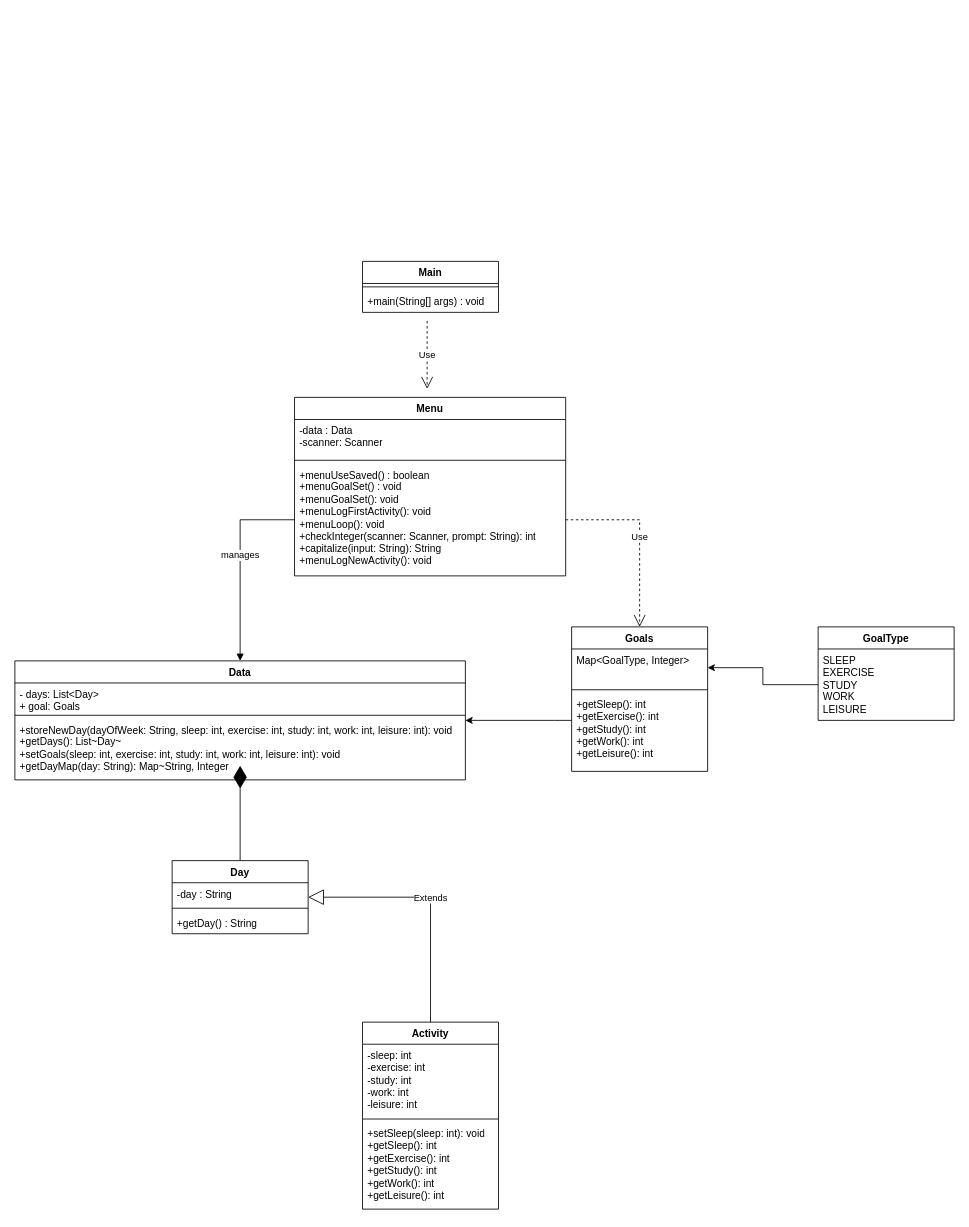
Before: GUI SKETCH + UML/UML_Diagram.drawio in amadeusk1/Habit-Tracker--CPSC-233-Final-Project, a draw.io diagram. Source tidied: cells renumbered, new cells numbered last; positions are measured from the earlier drawing's top-left corner, leaving out a move shared by most shapes. Both pictures are drawn from the tidied source at 85%, with x=0, y=0 at pixel (14, 261).
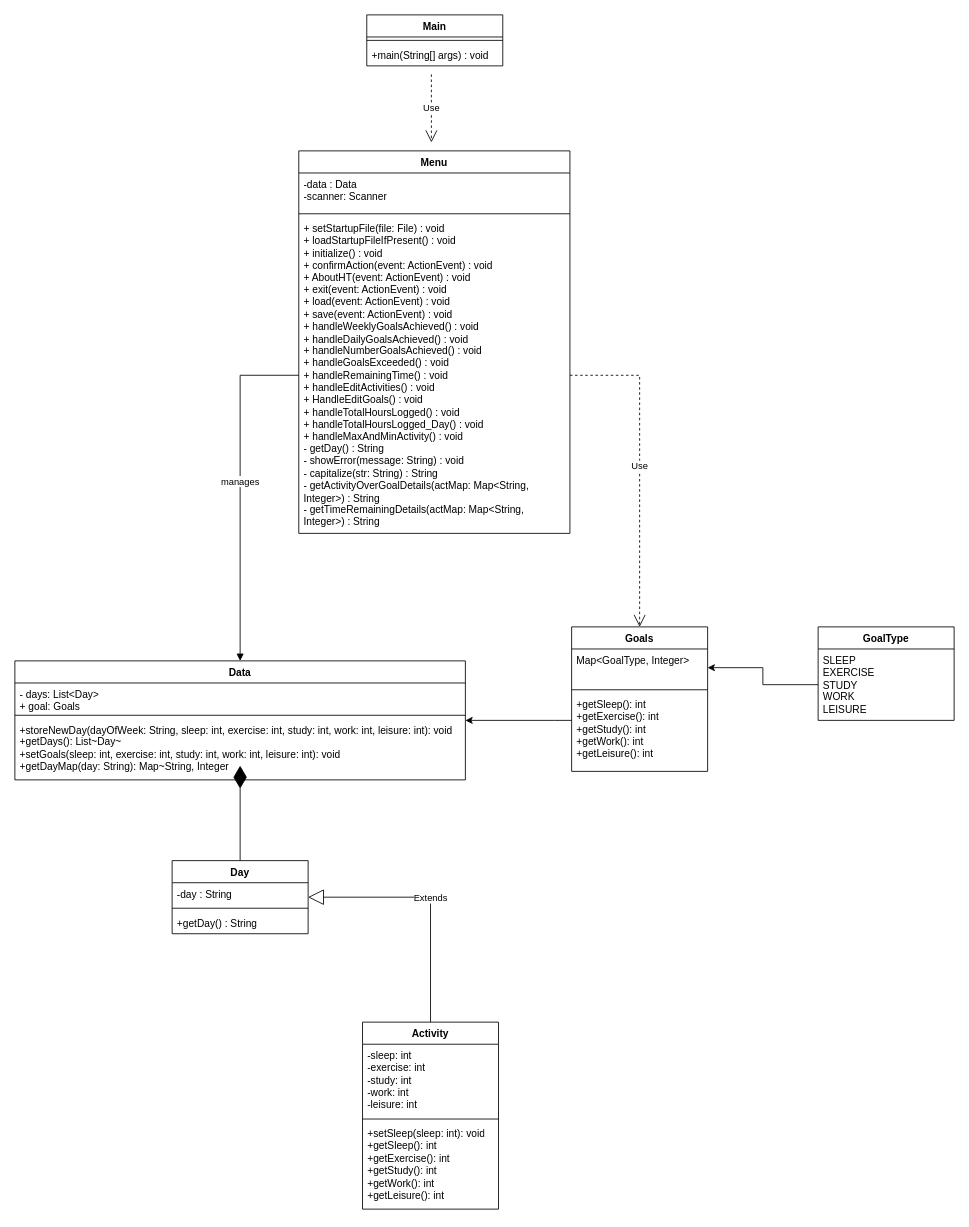
The same page after the edit.

The change refers to these unchanged cells:
```xml
<mxCell id="3" value="Goals" style="swimlane;fontStyle=1;align=center;verticalAlign=top;horizontal=1;startSize=26;whiteSpace=wrap;html=1;" parent="1" vertex="1">
  <mxGeometry x="655" y="430" width="160" height="170" as="geometry" />
</mxCell>
<mxCell id="15" value="Data" style="swimlane;fontStyle=1;align=center;verticalAlign=top;horizontal=1;startSize=26;whiteSpace=wrap;html=1;" parent="1" vertex="1">
  <mxGeometry y="470" width="530" height="140" as="geometry" />
</mxCell>
```

What changed in the source:
```diff
@@
     <mxCell id="7" value="Main" style="swimlane;fontStyle=1;align=center;verticalAlign=top;horizontal=1;startSize=26;whiteSpace=wrap;html=1;" parent="1" vertex="1">
-      <mxGeometry x="409" width="160" height="60" as="geometry" />
+      <mxGeometry x="414" y="-290" width="160" height="60" as="geometry" />
     </mxCell>
@@
     <mxCell id="10" value="Menu" style="swimlane;fontStyle=1;align=center;verticalAlign=top;horizontal=1;startSize=26;whiteSpace=wrap;html=1;" parent="1" vertex="1">
-      <mxGeometry x="329" y="160" width="319" height="210" as="geometry" />
+      <mxGeometry x="334" y="-130" width="319" height="450" as="geometry" />
     </mxCell>
@@
-    <mxCell id="13" value="+menuUseSaved() : boolean&lt;br&gt;&lt;span style=&quot;box-sizing: border-box; border-width: 0px; border-style: solid; border-color: hsl(var(--border-100)); border-image: initial; --tw-border-spacing-x: 0; --tw-border-spacing-y: 0; --tw-translate-x: 0; --tw-translate-y: 0; --tw-rotate: 0; --tw-skew-x: 0; --tw-skew-y: 0; --tw-scale-x: 1; --tw-scale-y: 1; --tw-pan-x: ; --tw-pan-y: ; --tw-pinch-zoom: ; --tw-scroll-snap-strictness: proximity; --tw-gradient-from-position: ; --tw-gradient-via-position: ; --tw-gradient-to-position: ; --tw-ordinal: ; --tw-slashed-zero: ; --tw-numeric-figure: ; --tw-numeric-spacing: ; --tw-numeric-fraction: ; --tw-ring-inset: ; --tw-ring-offset-width: 0px; --tw-ring-offset-color: #fff; --tw-ring-color: hsl(var(--accent-secondary-100)/1); --tw-ring-offset-shadow: 0 0 #0000; --tw-ring-shadow: 0 0 #0000; --tw-shadow: 0 0 #0000; --tw-shadow-colored: 0 0 #0000; --tw-blur: ; --tw-brightness: ; --tw-contrast: ; --tw-grayscale: ; --tw-hue-rotate: ; --tw-invert: ; --tw-saturate: ; --tw-sepia: ; --tw-drop-shadow: ; --tw-backdrop-blur: ; --tw-backdrop-brightness: ; --tw-backdrop-contrast: ; --tw-backdrop-grayscale: ; --tw-backdrop-hue-rotate: ; --tw-backdrop-invert: ; --tw-backdrop-opacity: ; --tw-backdrop-saturate: ; --tw-backdrop-sepia: ; --tw-contain-size: ; --tw-contain-layout: ; --tw-contain-paint: ; --tw-contain-style: ; outline-color: hsl(var(--accent-main-100)); scrollbar-color: hsl(var(--border-300)/.8) transparent;&quot; class=&quot;&quot;&gt;+menuGoalSet() : void&lt;br&gt;&lt;/span&gt;+menuGoalSet(): void&lt;br&gt;&lt;span style=&quot;background-color: initial;&quot;&gt;+menuLogFirstActivity(): void&lt;br&gt;&lt;/span&gt;&lt;span style=&quot;background-color: initial;&quot;&gt;+menuLoop(): void&lt;br&gt;&lt;/span&gt;&lt;span style=&quot;background-color: initial;&quot;&gt;+checkInteger(scanner: Scanner, prompt: String): int&lt;br&gt;&lt;/span&gt;&lt;span style=&quot;background-color: initial;&quot;&gt;+capitalize(input: String): String&lt;br&gt;&lt;/span&gt;&lt;span style=&quot;background-color: initial;&quot;&gt;+menuLogNewActivity(): void&lt;/span&gt;&lt;span style=&quot;background-color: initial;&quot;&gt;&lt;br&gt;&lt;/span&gt;" style="text;strokeColor=none;fillColor=none;align=left;verticalAlign=top;spacingLeft=4;spacingRight=4;overflow=hidden;points=[[0,0.5],[1,0.5]];portConstraint=eastwest;whiteSpace=wrap;html=1;" parent="10" vertex="1">
-      <mxGeometry y="78" width="319" height="132" as="geometry" />
+    <mxCell id="13" value="&lt;div style=&quot;border-color: var(--border-color);&quot;&gt;+ setStartupFile(file: File) : void&lt;/div&gt;&lt;div style=&quot;border-color: var(--border-color);&quot;&gt;+ loadStartupFileIfPresent() : void&lt;/div&gt;&lt;div style=&quot;border-color: var(--border-color);&quot;&gt;+ initialize() : void&lt;/div&gt;&lt;div style=&quot;border-color: var(--border-color);&quot;&gt;+ confirmAction(event: ActionEvent) : void&lt;/div&gt;&lt;div style=&quot;border-color: var(--border-color);&quot;&gt;+ AboutHT(event: ActionEvent) : void&lt;/div&gt;&lt;div style=&quot;border-color: var(--border-color);&quot;&gt;+ exit(event: ActionEvent) : void&lt;/div&gt;&lt;div style=&quot;border-color: var(--border-color);&quot;&gt;+ load(event: ActionEvent) : void&lt;/div&gt;&lt;div style=&quot;border-color: var(--border-color);&quot;&gt;+ save(event: ActionEvent) : void&lt;/div&gt;&lt;div style=&quot;border-color: var(--border-color);&quot;&gt;+ handleWeeklyGoalsAchieved() : void&lt;/div&gt;&lt;div style=&quot;border-color: var(--border-color);&quot;&gt;+ handleDailyGoalsAchieved() : void&lt;/div&gt;&lt;div style=&quot;border-color: var(--border-color);&quot;&gt;+ handleNumberGoalsAchieved() : void&lt;/div&gt;&lt;div style=&quot;border-color: var(--border-color);&quot;&gt;+ handleGoalsExceeded() : void&lt;/div&gt;&lt;div style=&quot;border-color: var(--border-color);&quot;&gt;+ handleRemainingTime() : void&lt;/div&gt;&lt;div style=&quot;border-color: var(--border-color);&quot;&gt;+ handleEditActivities() : void&lt;/div&gt;&lt;div style=&quot;border-color: var(--border-color);&quot;&gt;+ HandleEditGoals() : void&lt;/div&gt;&lt;div style=&quot;border-color: var(--border-color);&quot;&gt;+ handleTotalHoursLogged() : void&lt;/div&gt;&lt;div style=&quot;border-color: var(--border-color);&quot;&gt;+ handleTotalHoursLogged_Day() : void&lt;/div&gt;&lt;div style=&quot;border-color: var(--border-color);&quot;&gt;+ handleMaxAndMinActivity() : void&lt;/div&gt;&lt;div style=&quot;border-color: var(--border-color);&quot;&gt;&lt;div style=&quot;border-color: var(--border-color);&quot;&gt;- getDay() : String&lt;/div&gt;&lt;div style=&quot;border-color: var(--border-color);&quot;&gt;- showError(message: String) : void&lt;/div&gt;&lt;div style=&quot;border-color: var(--border-color);&quot;&gt;- capitalize(str: String) : String&lt;/div&gt;&lt;div style=&quot;border-color: var(--border-color);&quot;&gt;- getActivityOverGoalDetails(actMap: Map&amp;lt;String, Integer&amp;gt;) : String&lt;/div&gt;&lt;div style=&quot;border-color: var(--border-color);&quot;&gt;- getTimeRemainingDetails(actMap: Map&amp;lt;String, Integer&amp;gt;) : String&lt;/div&gt;&lt;/div&gt;" style="text;strokeColor=none;fillColor=none;align=left;verticalAlign=top;spacingLeft=4;spacingRight=4;overflow=hidden;points=[[0,0.5],[1,0.5]];portConstraint=eastwest;whiteSpace=wrap;html=1;" parent="10" vertex="1">
+      <mxGeometry y="78" width="319" height="372" as="geometry" />
     </mxCell>
     <mxCell id="14" value="Use" style="endArrow=open;endSize=12;dashed=1;html=1;rounded=0;" parent="1" edge="1">
       <mxGeometry relative="1" as="geometry">
-        <mxPoint x="485" y="70" as="sourcePoint" />
-        <mxPoint x="485" y="150" as="targetPoint" />
+        <mxPoint x="490" y="-220" as="sourcePoint" />
+        <mxPoint x="490" y="-140" as="targetPoint" />
       </mxGeometry>
     </mxCell>
@@
     <mxCell id="28" value="manages" style="html=1;verticalAlign=bottom;endArrow=block;curved=0;rounded=0;exitX=0;exitY=0.5;exitDx=0;exitDy=0;entryX=0.5;entryY=0;entryDx=0;entryDy=0;" parent="1" edge="1" source="13" target="15">
       <mxGeometry relative="1" as="geometry">
         <Array as="points">
-          <mxPoint x="265" y="304" />
+          <mxPoint x="265" y="134" />
         </Array>
       </mxGeometry>
     </mxCell>
@@
     <mxCell id="30" value="Use" style="endArrow=open;endSize=12;dashed=1;html=1;rounded=0;exitX=1;exitY=0.5;exitDx=0;exitDy=0;entryX=0.5;entryY=0;entryDx=0;entryDy=0;" parent="1" edge="1" source="13" target="3">
       <mxGeometry relative="1" as="geometry">
         <Array as="points">
-          <mxPoint x="735" y="304" />
+          <mxPoint x="735" y="134" />
         </Array>
       </mxGeometry>
     </mxCell>
```
